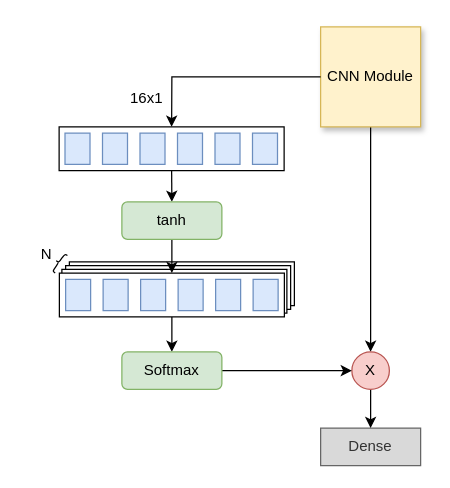
Before: attention.drawio in WensonLuo/Drowio, a draw.io diagram. Source tidied: cells renumbered, new cells numbered last; positions are measured from the earlier drawing's top-left corner, leaving out a move shared by most shapes. Both pictures are drawn from the tidied source at 125%, with x=0, y=0 at pixel (20, 26).
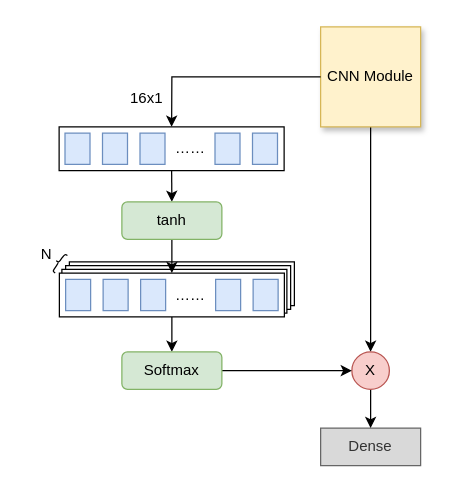
The same diagram, later.

What changed in the source:
```diff
@@
-    <mxCell id="11" style="rounded=0;whiteSpace=wrap;html=1;fillColor=#dae8fc;strokeColor=#6c8ebf;" parent="1" vertex="1">
-      <mxGeometry x="125.5" y="85" width="20" height="25" as="geometry" />
-    </mxCell>
@@
-    <mxCell id="21" style="rounded=0;whiteSpace=wrap;html=1;fillColor=#dae8fc;strokeColor=#6c8ebf;" parent="1" vertex="1">
-      <mxGeometry x="126" y="202" width="20" height="25" as="geometry" />
-    </mxCell>
@@
+    <mxCell id="34" value="……" style="text;html=1;strokeColor=none;fillColor=none;align=center;verticalAlign=middle;whiteSpace=wrap;rounded=0;" parent="1" vertex="1">
+      <mxGeometry x="115.5" y="87" width="40" height="20" as="geometry" />
+    </mxCell>
+    <mxCell id="35" value="……" style="text;html=1;strokeColor=none;fillColor=none;align=center;verticalAlign=middle;whiteSpace=wrap;rounded=0;" parent="1" vertex="1">
+      <mxGeometry x="115.5" y="204.5" width="40" height="20" as="geometry" />
+    </mxCell>
```
